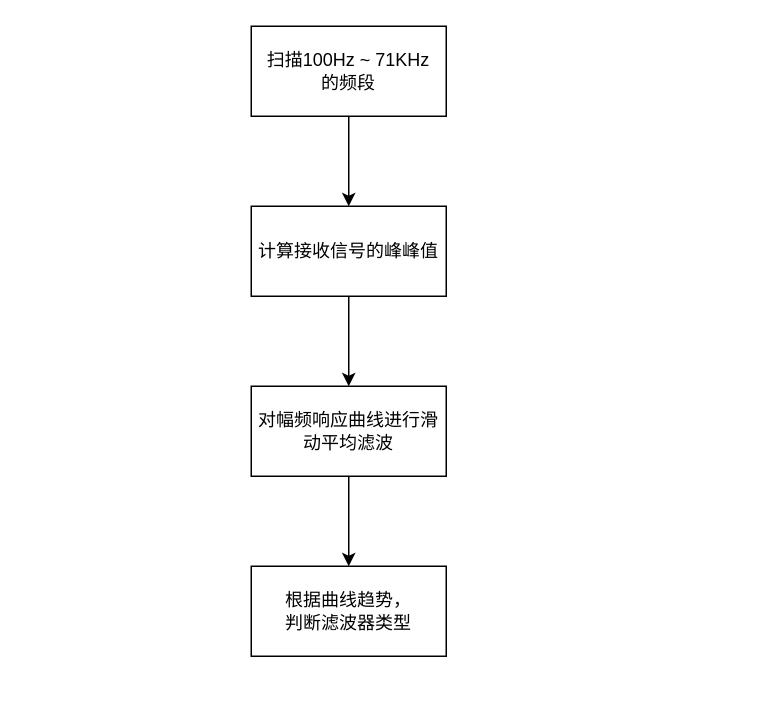
Above: 电赛扫频操作流程图.drawio in youmiwei/drawio (draw.io), before the change. Source tidied: cells renumbered, new cells numbered last; positions are measured from the earlier drawing's top-left corner, leaving out a move shared by most shapes. Both pictures are drawn from the tidied source at 150%, with x=0, y=0 at pixel (250, 26).
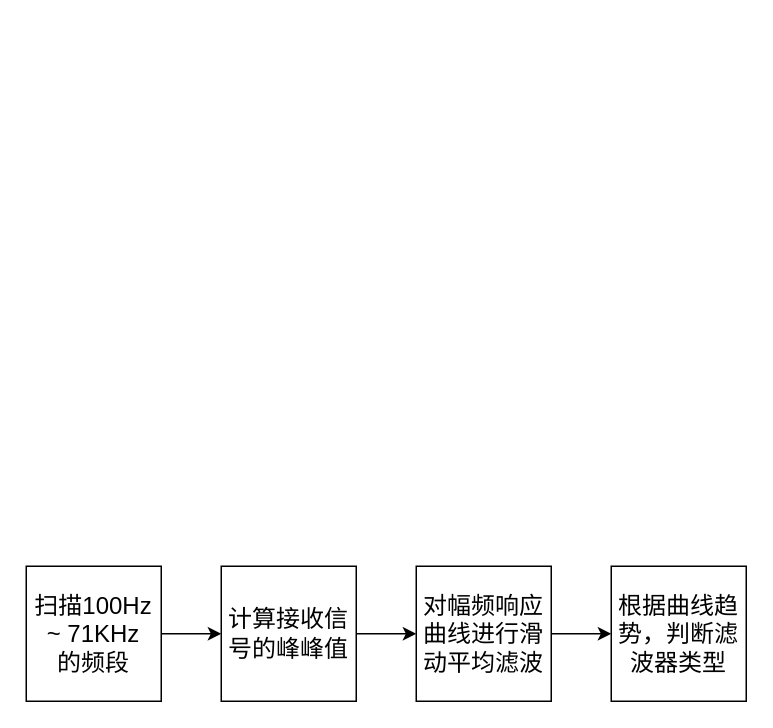
After the change.

Commit message:
更新电赛扫频操作流程图.drawio

Change to the diagram source:
```diff
@@
 <mxGraphModel>
   <root>
     <mxCell id="0" />
     <mxCell id="1" parent="0" />
     <mxCell id="2" style="edgeStyle=orthogonalEdgeStyle;rounded=0;jettySize=auto;html=1;" parent="1" edge="1" source="3" target="5">
       <mxGeometry relative="1" as="geometry" />
     </mxCell>
-    <mxCell id="3" value="扫描100Hz ~ 71KHz&lt;div&gt;的频段&lt;/div&gt;" style="rounded=0;whiteSpace=wrap;html=1;" parent="1" vertex="1">
-      <mxGeometry width="130" height="60" as="geometry" />
+    <mxCell id="3" value="&lt;font style=&quot;font-size: 16px;&quot;&gt;扫描100Hz ~ 71KHz&lt;/font&gt;&lt;div&gt;&lt;font style=&quot;font-size: 16px;&quot;&gt;的频段&lt;/font&gt;&lt;/div&gt;" style="rounded=0;whiteSpace=wrap;html=1;" parent="1" vertex="1">
+      <mxGeometry x="-150" y="360" width="90" height="90" as="geometry" />
     </mxCell>
     <mxCell id="4" style="edgeStyle=orthogonalEdgeStyle;rounded=0;jettySize=auto;html=1;" parent="1" edge="1" source="5" target="7">
       <mxGeometry relative="1" as="geometry" />
     </mxCell>
-    <mxCell id="5" value="计算接收信号的峰峰值" style="whiteSpace=wrap;html=1;rounded=0;" parent="1" vertex="1">
-      <mxGeometry y="120" width="130" height="60" as="geometry" />
+    <mxCell id="5" value="&lt;font style=&quot;font-size: 16px;&quot;&gt;计算接收信号的峰峰值&lt;/font&gt;" style="whiteSpace=wrap;html=1;rounded=0;" parent="1" vertex="1">
+      <mxGeometry x="-20" y="360" width="90" height="90" as="geometry" />
     </mxCell>
     <mxCell id="6" style="edgeStyle=orthogonalEdgeStyle;rounded=0;jettySize=auto;html=1;" parent="1" edge="1" source="7" target="8">
       <mxGeometry relative="1" as="geometry" />
     </mxCell>
-    <mxCell id="7" value="对幅频响应曲线进行滑动平均滤波" style="whiteSpace=wrap;html=1;rounded=0;" parent="1" vertex="1">
-      <mxGeometry y="240" width="130" height="60" as="geometry" />
+    <mxCell id="7" value="&lt;font style=&quot;font-size: 16px;&quot;&gt;对幅频响应曲线进行滑动平均滤波&lt;/font&gt;" style="whiteSpace=wrap;html=1;rounded=0;" parent="1" vertex="1">
+      <mxGeometry x="110" y="360" width="90" height="90" as="geometry" />
     </mxCell>
-    <mxCell id="8" value="根据曲线趋势，&lt;div&gt;判断滤波器类型&lt;/div&gt;" style="whiteSpace=wrap;html=1;rounded=0;" parent="1" vertex="1">
-      <mxGeometry y="360" width="130" height="60" as="geometry" />
+    <mxCell id="8" value="&lt;font style=&quot;font-size: 16px;&quot;&gt;根据曲线趋势，&lt;/font&gt;&lt;span style=&quot;font-size: 16px; background-color: transparent; color: light-dark(rgb(0, 0, 0), rgb(255, 255, 255));&quot;&gt;判断滤波器类型&lt;/span&gt;" style="whiteSpace=wrap;html=1;rounded=0;" parent="1" vertex="1">
+      <mxGeometry x="240" y="360" width="90" height="90" as="geometry" />
     </mxCell>
   </root>
 </mxGraphModel>
```
